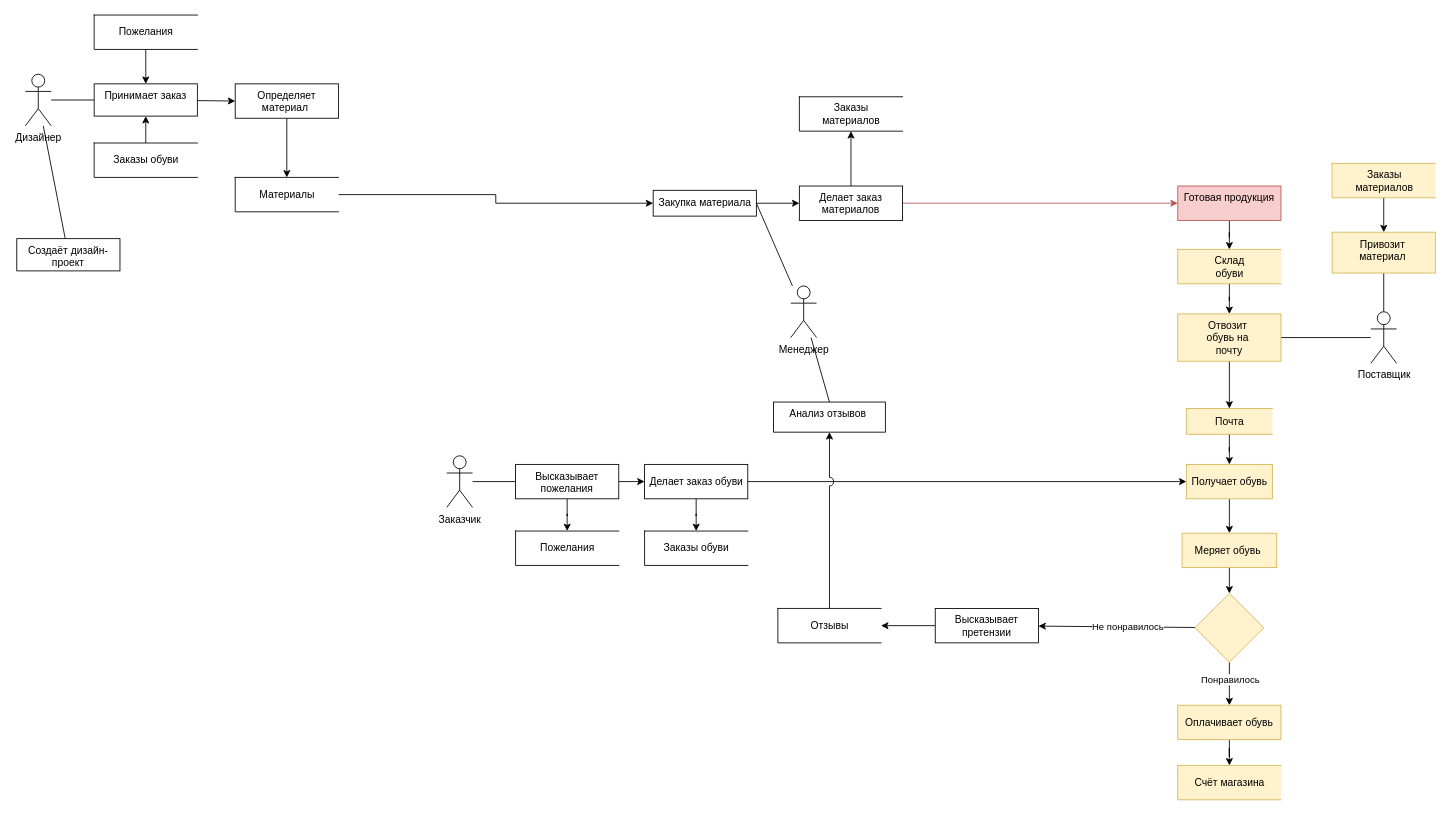
Earlier version of the draw.io diagram DFD.drawio (MorozovStanislav/Repozitory). Source tidied: cells renumbered, new cells numbered last; positions are measured from the earlier drawing's top-left corner, leaving out a move shared by most shapes. Both pictures are drawn from the tidied source at 86%, with x=0, y=0 at pixel (16, 15).
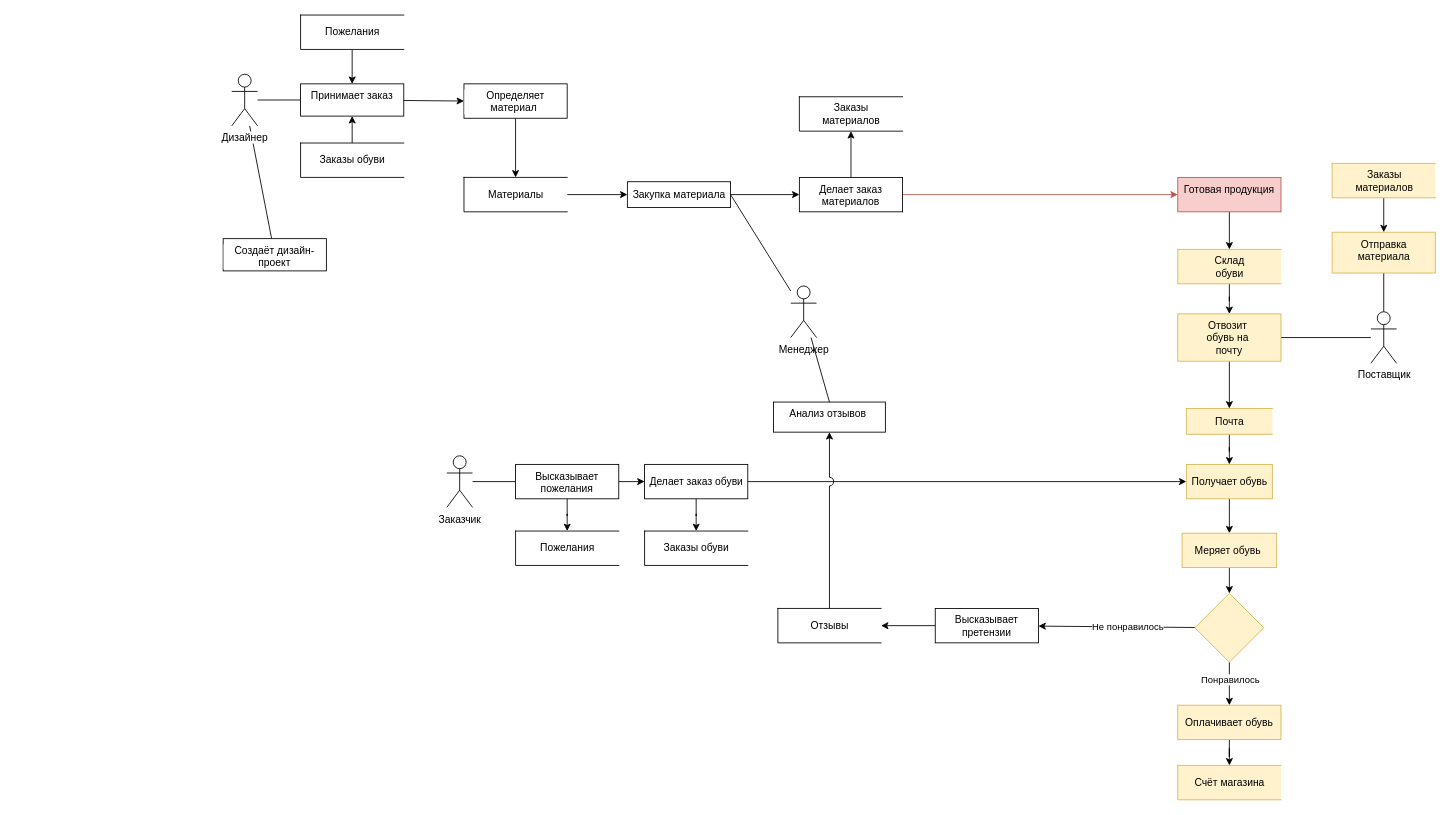
The same page after the edit.

Diff of the diagram source:
```diff
@@
-    <mxCell id="8" style="rounded=0;jettySize=auto;html=1;labelBorderColor=none;endArrow=none;endFill=0;" parent="1" edge="1" source="10" target="17">
+    <mxCell id="8" style="rounded=0;jettySize=auto;html=1;labelBorderColor=none;endArrow=none;endFill=0;strokeColor=default;labelBackgroundColor=default;fontColor=default;" parent="1" edge="1" source="10" target="17">
       <mxGeometry relative="1" as="geometry" />
     </mxCell>
-    <mxCell id="9" style="rounded=0;jettySize=auto;html=1;endArrow=none;endFill=0;" parent="1" edge="1" source="10" target="50">
+    <mxCell id="9" style="rounded=0;jettySize=auto;html=1;endArrow=none;endFill=0;strokeColor=default;labelBackgroundColor=default;fontColor=default;" parent="1" edge="1" source="10" target="50">
       <mxGeometry relative="1" as="geometry" />
     </mxCell>
-    <mxCell id="10" value="Дизайнер" style="shape=umlActor;verticalLabelPosition=bottom;verticalAlign=top;html=1;outlineConnect=0;" parent="1" vertex="1">
-      <mxGeometry x="10" y="68.8" width="30" height="60" as="geometry" />
+    <mxCell id="10" value="Дизайнер" style="shape=umlActor;verticalLabelPosition=bottom;verticalAlign=top;html=1;outlineConnect=0;strokeColor=default;labelBackgroundColor=default;fontColor=default;" parent="1" vertex="1">
+      <mxGeometry x="250" y="68.8" width="30" height="60" as="geometry" />
     </mxCell>
@@
-    <mxCell id="16" style="edgeStyle=none;rounded=0;jettySize=auto;html=1;entryX=0;entryY=0.5;entryDx=0;entryDy=0;endArrow=classic;endFill=1;strokeColor=default;" parent="1" edge="1" source="17" target="19">
+    <mxCell id="16" style="edgeStyle=none;rounded=0;jettySize=auto;html=1;entryX=0;entryY=0.5;entryDx=0;entryDy=0;endArrow=classic;endFill=1;strokeColor=default;labelBackgroundColor=default;fontColor=default;" parent="1" edge="1" source="17" target="19">
       <mxGeometry relative="1" as="geometry" />
     </mxCell>
-    <mxCell id="17" value="Принимает заказ" style="whiteSpace=wrap;html=1;verticalAlign=top;" parent="1" vertex="1">
-      <mxGeometry x="90" y="80" width="120" height="37.5" as="geometry" />
+    <mxCell id="17" value="Принимает заказ" style="whiteSpace=wrap;html=1;verticalAlign=top;strokeColor=default;labelBackgroundColor=default;fontColor=default;" parent="1" vertex="1">
+      <mxGeometry x="330" y="80" width="120" height="37.5" as="geometry" />
     </mxCell>
-    <mxCell id="18" style="edgeStyle=orthogonalEdgeStyle;rounded=0;jettySize=auto;html=1;" parent="1" edge="1" source="19" target="25">
+    <mxCell id="18" style="edgeStyle=orthogonalEdgeStyle;rounded=0;jettySize=auto;html=1;strokeColor=default;labelBackgroundColor=default;fontColor=default;" parent="1" edge="1" source="19" target="25">
       <mxGeometry relative="1" as="geometry" />
     </mxCell>
-    <mxCell id="19" value="Определяет материал&amp;nbsp;" style="whiteSpace=wrap;html=1;verticalAlign=top;" parent="1" vertex="1">
-      <mxGeometry x="254" y="80" width="120" height="40" as="geometry" />
+    <mxCell id="19" value="Определяет материал&amp;nbsp;" style="whiteSpace=wrap;html=1;verticalAlign=top;strokeColor=default;labelBackgroundColor=default;fontColor=default;" parent="1" vertex="1">
+      <mxGeometry x="520" y="80" width="120" height="40" as="geometry" />
     </mxCell>
@@
-    <mxCell id="22" value="Закупка материала" style="html=1;dashed=0;whitespace=wrap;" parent="1" vertex="1">
-      <mxGeometry x="740" y="203.8" width="120" height="30" as="geometry" />
+    <mxCell id="22" value="Закупка материала" style="html=1;dashed=0;whitespace=wrap;fillColor=default;strokeColor=default;fontColor=default;" parent="1" vertex="1">
+      <mxGeometry x="710" y="193.8" width="120" height="30" as="geometry" />
     </mxCell>
@@
-    <mxCell id="25" value="Материалы" style="html=1;dashed=0;whitespace=wrap;shape=partialRectangle;right=0;" parent="1" vertex="1">
-      <mxGeometry x="254" y="188.8" width="120" height="40" as="geometry" />
+    <mxCell id="25" value="Материалы" style="html=1;dashed=0;whitespace=wrap;shape=partialRectangle;right=0;strokeColor=default;labelBackgroundColor=default;fontColor=default;" parent="1" vertex="1">
+      <mxGeometry x="520" y="188.8" width="120" height="40" as="geometry" />
     </mxCell>
@@
-    <mxCell id="28" value="Делает заказ материалов" style="whiteSpace=wrap;html=1;verticalAlign=top;" parent="1" vertex="1">
-      <mxGeometry x="910" y="198.8" width="120" height="40" as="geometry" />
+    <mxCell id="28" value="Делает заказ материалов" style="whiteSpace=wrap;html=1;verticalAlign=top;fillColor=default;strokeColor=default;fontColor=default;" parent="1" vertex="1">
+      <mxGeometry x="910" y="188.8" width="120" height="40" as="geometry" />
     </mxCell>
@@
-    <mxCell id="50" value="Создаёт дизайн-проект" style="whiteSpace=wrap;html=1;verticalAlign=top;" parent="1" vertex="1">
-      <mxGeometry y="260" width="120" height="37.5" as="geometry" />
+    <mxCell id="50" value="Создаёт дизайн-проект" style="whiteSpace=wrap;html=1;verticalAlign=top;strokeColor=default;labelBackgroundColor=default;fontColor=default;" parent="1" vertex="1">
+      <mxGeometry x="240" y="260" width="120" height="37.5" as="geometry" />
     </mxCell>
@@
-    <mxCell id="53" value="Готовая продукция" style="whiteSpace=wrap;html=1;verticalAlign=top;fillColor=#f8cecc;strokeColor=#b85450;" parent="1" vertex="1">
-      <mxGeometry x="1350" y="198.8" width="120" height="40" as="geometry" />
+    <mxCell id="53" value="Готовая продукция" style="whiteSpace=wrap;html=1;verticalAlign=top;fillColor=#f8cecc;strokeColor=#b85450;fontColor=default;" parent="1" vertex="1">
+      <mxGeometry x="1350" y="188.8" width="120" height="40" as="geometry" />
     </mxCell>
@@
-    <mxCell id="56" style="edgeStyle=orthogonalEdgeStyle;rounded=0;sketch=0;jumpStyle=none;jumpSize=10;jettySize=auto;html=1;exitX=0.5;exitY=0;exitDx=0;exitDy=0;entryX=0.5;entryY=1;entryDx=0;entryDy=0;shadow=0;labelBorderColor=none;verticalAlign=middle;" parent="1" edge="1" source="57" target="17">
+    <mxCell id="56" style="edgeStyle=orthogonalEdgeStyle;rounded=0;sketch=0;jumpStyle=none;jumpSize=10;jettySize=auto;html=1;exitX=0.5;exitY=0;exitDx=0;exitDy=0;entryX=0.5;entryY=1;entryDx=0;entryDy=0;shadow=0;labelBorderColor=none;verticalAlign=middle;strokeColor=default;labelBackgroundColor=default;fontColor=default;" parent="1" edge="1" source="57" target="17">
       <mxGeometry relative="1" as="geometry" />
     </mxCell>
-    <mxCell id="57" value="Заказы обуви" style="html=1;dashed=0;whitespace=wrap;shape=partialRectangle;right=0;" parent="1" vertex="1">
-      <mxGeometry x="90" y="148.8" width="120" height="40" as="geometry" />
+    <mxCell id="57" value="Заказы обуви" style="html=1;dashed=0;whitespace=wrap;shape=partialRectangle;right=0;strokeColor=default;labelBackgroundColor=default;fontColor=default;" parent="1" vertex="1">
+      <mxGeometry x="330" y="148.8" width="120" height="40" as="geometry" />
     </mxCell>
-    <mxCell id="58" value="Привозит&amp;nbsp;&lt;br&gt;материал&amp;nbsp;" style="whiteSpace=wrap;html=1;verticalAlign=top;fillColor=#fff2cc;strokeColor=#d6b656;" parent="1" vertex="1">
+    <mxCell id="58" value="Отправка&lt;br&gt;материала" style="whiteSpace=wrap;html=1;verticalAlign=top;fillColor=#fff2cc;strokeColor=#d6b656;" parent="1" vertex="1">
       <mxGeometry x="1529.5" y="252.5" width="120" height="47.5" as="geometry" />
     </mxCell>
@@
-    <mxCell id="64" style="edgeStyle=orthogonalEdgeStyle;rounded=0;jettySize=auto;html=1;entryX=0.5;entryY=0;entryDx=0;entryDy=0;" parent="1" edge="1" source="65" target="17">
+    <mxCell id="64" style="edgeStyle=orthogonalEdgeStyle;rounded=0;jettySize=auto;html=1;entryX=0.5;entryY=0;entryDx=0;entryDy=0;strokeColor=default;labelBackgroundColor=default;fontColor=default;" parent="1" edge="1" source="65" target="17">
       <mxGeometry relative="1" as="geometry" />
     </mxCell>
-    <mxCell id="65" value="Пожелания" style="html=1;dashed=0;whitespace=wrap;shape=partialRectangle;right=0;" parent="1" vertex="1">
-      <mxGeometry x="90" width="120" height="40" as="geometry" />
+    <mxCell id="65" value="Пожелания" style="html=1;dashed=0;whitespace=wrap;shape=partialRectangle;right=0;strokeColor=default;labelBackgroundColor=default;fontColor=default;" parent="1" vertex="1">
+      <mxGeometry x="330" width="120" height="40" as="geometry" />
     </mxCell>
```
